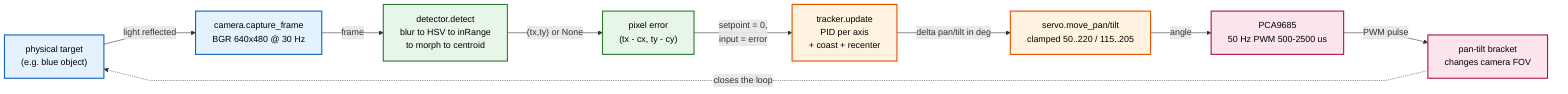
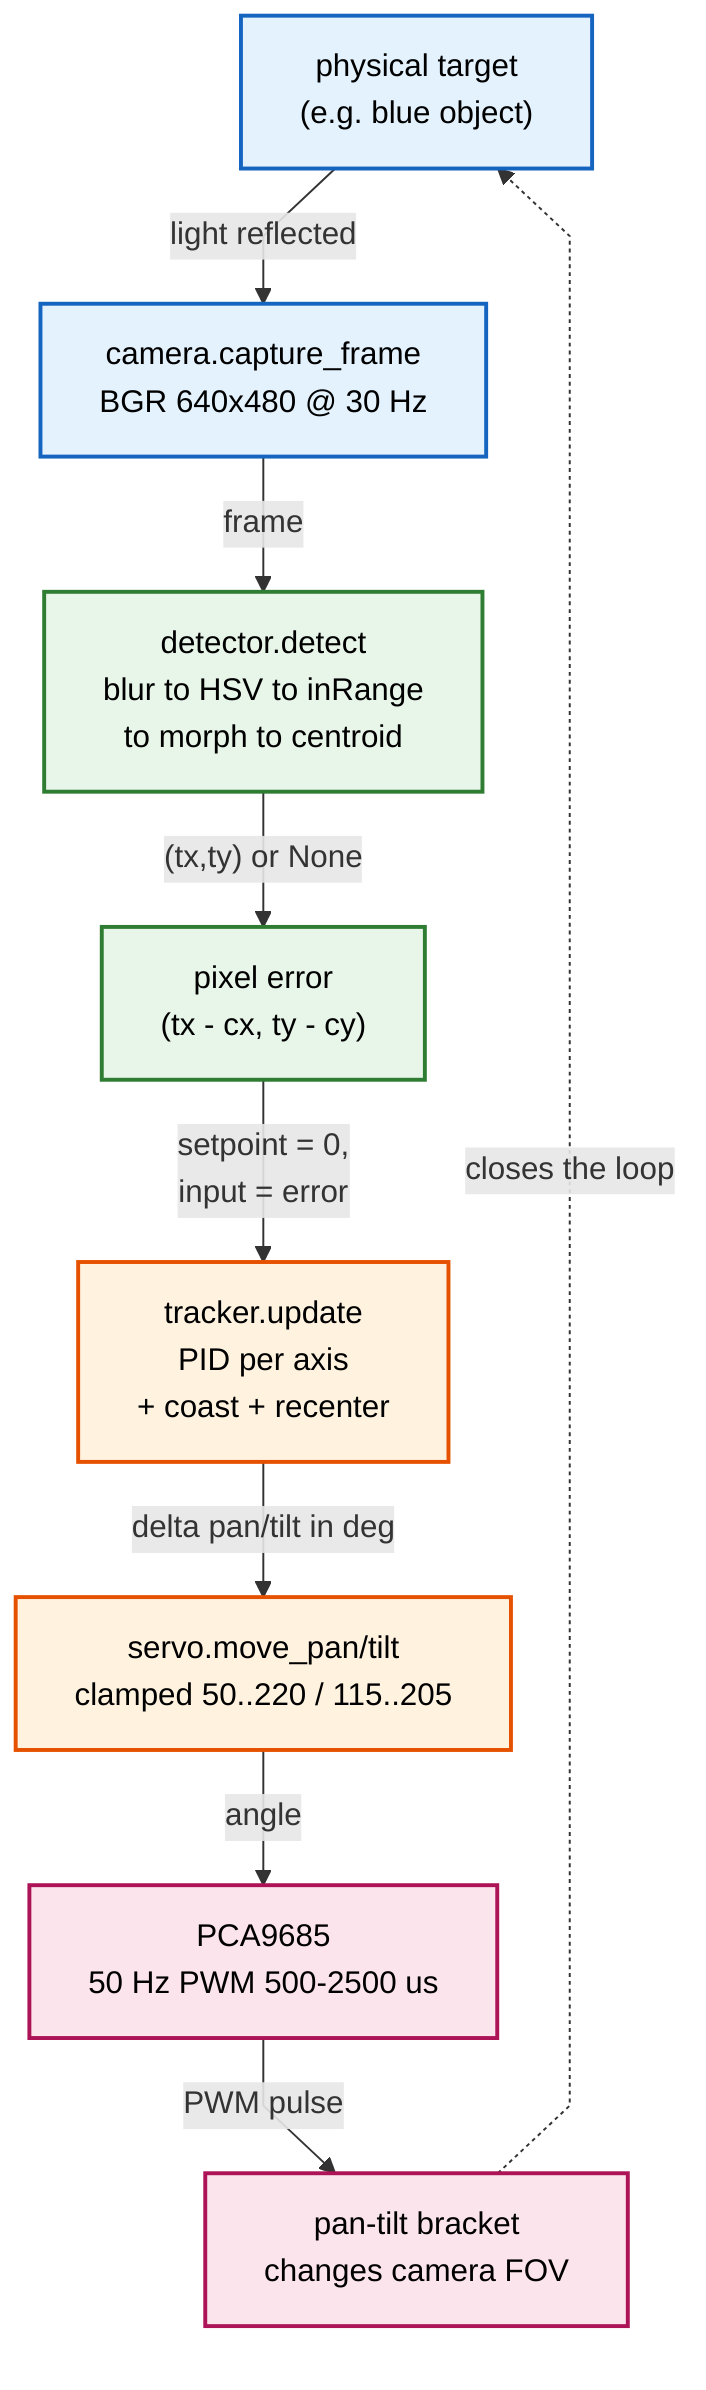
- %%{init: {'flowchart': {'curve': 'linear', 'nodeSpacing': 50, 'rankSpacing': 70}}}%%
- flowchart LR
+ %%{init: {'flowchart': {'curve': 'linear', 'nodeSpacing': 40, 'rankSpacing': 45}}}%%
+ flowchart TB
    classDef io fill:#e3f2fd,stroke:#1565c0,color:#000,stroke-width:2px
    classDef proc fill:#e8f5e9,stroke:#2e7d32,color:#000,stroke-width:2px
    classDef ctrl fill:#fff3e0,stroke:#e65100,color:#000,stroke-width:2px
    classDef hw fill:#fce4ec,stroke:#ad1457,color:#000,stroke-width:2px

    Target["physical target<br/>(e.g. blue object)"]:::io
    Cam["camera.capture_frame<br/>BGR 640x480 @ 30 Hz"]:::io
    Det["detector.detect<br/>blur to HSV to inRange<br/>to morph to centroid"]:::proc
    Err["pixel error<br/>(tx - cx, ty - cy)"]:::proc
    Pid["tracker.update<br/>PID per axis<br/>+ coast + recenter"]:::ctrl
    Servo["servo.move_pan/tilt<br/>clamped 50..220 / 115..205"]:::ctrl
    Pca["PCA9685<br/>50 Hz PWM 500-2500 us"]:::hw
    Mech["pan-tilt bracket<br/>changes camera FOV"]:::hw

    Target -->|"light reflected"| Cam
    Cam -->|"frame"| Det
    Det -->|"(tx,ty) or None"| Err
    Err -->|"setpoint = 0,<br/>input = error"| Pid
    Pid -->|"delta pan/tilt in deg"| Servo
    Servo -->|"angle"| Pca
    Pca -->|"PWM pulse"| Mech
    Mech -.->|"closes the loop"| Target
